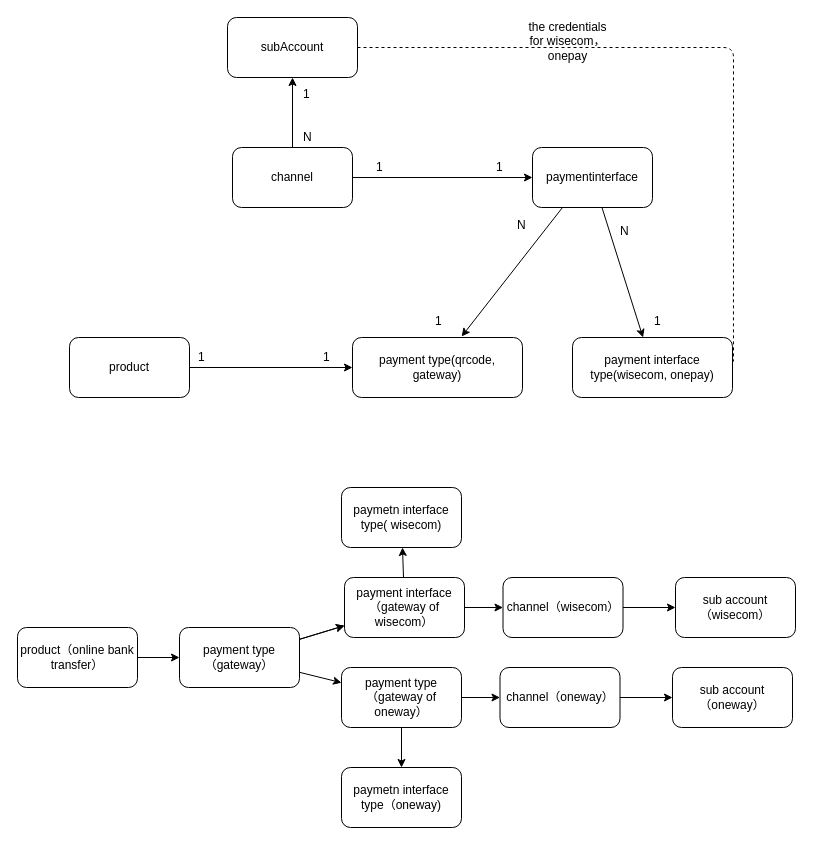
dengjunwen/UML keeps this draw.io diagram as payment_type_relationship.drawio. Above is the earlier version. Source tidied: cells renumbered, new cells numbered last; positions are measured from the earlier drawing's top-left corner, leaving out a move shared by most shapes. Both pictures are drawn from the tidied source at 100%, with x=0, y=0 at pixel (17, 17).
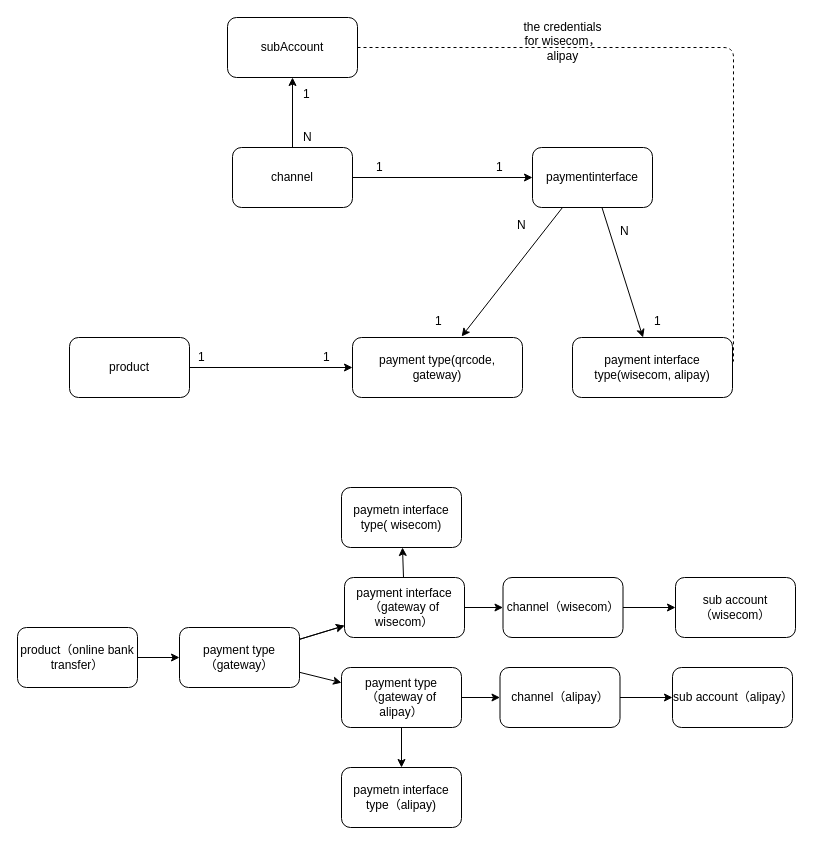
The same page after the edit.

Change to the diagram source:
```diff
@@
-    <mxCell id="14" value="payment interface type(wisecom, onepay)" style="rounded=1;whiteSpace=wrap;html=1;" parent="1" vertex="1">
+    <mxCell id="14" value="payment interface type(wisecom, alipay)" style="rounded=1;whiteSpace=wrap;html=1;" parent="1" vertex="1">
       <mxGeometry x="555" y="320" width="160" height="60" as="geometry" />
     </mxCell>
@@
-    <mxCell id="20" value="&lt;div&gt;&lt;span style=&quot;white-space: normal&quot;&gt;the&amp;nbsp;&lt;/span&gt;&lt;span style=&quot;white-space: normal&quot;&gt;credentials for wisecom，onepay&lt;/span&gt;&lt;/div&gt;" style="text;html=1;align=center;verticalAlign=top;spacingTop=-4;" parent="1" vertex="1">
-      <mxGeometry x="445" width="210" height="20" as="geometry" />
+    <mxCell id="20" value="&lt;div&gt;&lt;span style=&quot;white-space: normal&quot;&gt;the&amp;nbsp;&lt;/span&gt;&lt;span style=&quot;white-space: normal&quot;&gt;credentials for wisecom，alipay&lt;/span&gt;&lt;/div&gt;" style="text;html=1;align=center;verticalAlign=top;spacingTop=-4;" parent="1" vertex="1">
+      <mxGeometry x="445" width="200" height="20" as="geometry" />
     </mxCell>
@@
-    <mxCell id="34" value="payment type（gateway of&lt;br&gt;oneway）" style="rounded=1;whiteSpace=wrap;html=1;" parent="1" vertex="1">
+    <mxCell id="34" value="payment type（gateway of&lt;br&gt;alipay）" style="rounded=1;whiteSpace=wrap;html=1;" parent="1" vertex="1">
       <mxGeometry x="324" y="650" width="120" height="60" as="geometry" />
     </mxCell>
-    <mxCell id="35" value="paymetn interface type（oneway)" style="rounded=1;whiteSpace=wrap;html=1;" parent="1" vertex="1">
+    <mxCell id="35" value="paymetn interface type（alipay)" style="rounded=1;whiteSpace=wrap;html=1;" parent="1" vertex="1">
       <mxGeometry x="324" y="750" width="120" height="60" as="geometry" />
     </mxCell>
@@
-    <mxCell id="37" value="channel（oneway）" style="rounded=1;whiteSpace=wrap;html=1;" parent="1" vertex="1">
+    <mxCell id="37" value="channel（alipay）" style="rounded=1;whiteSpace=wrap;html=1;" parent="1" vertex="1">
       <mxGeometry x="482.5" y="650" width="120" height="60" as="geometry" />
     </mxCell>
-    <mxCell id="38" value="sub account（oneway）" style="rounded=1;whiteSpace=wrap;html=1;" parent="1" vertex="1">
+    <mxCell id="38" value="sub account（alipay）" style="rounded=1;whiteSpace=wrap;html=1;" parent="1" vertex="1">
       <mxGeometry x="655" y="650" width="120" height="60" as="geometry" />
     </mxCell>
```
